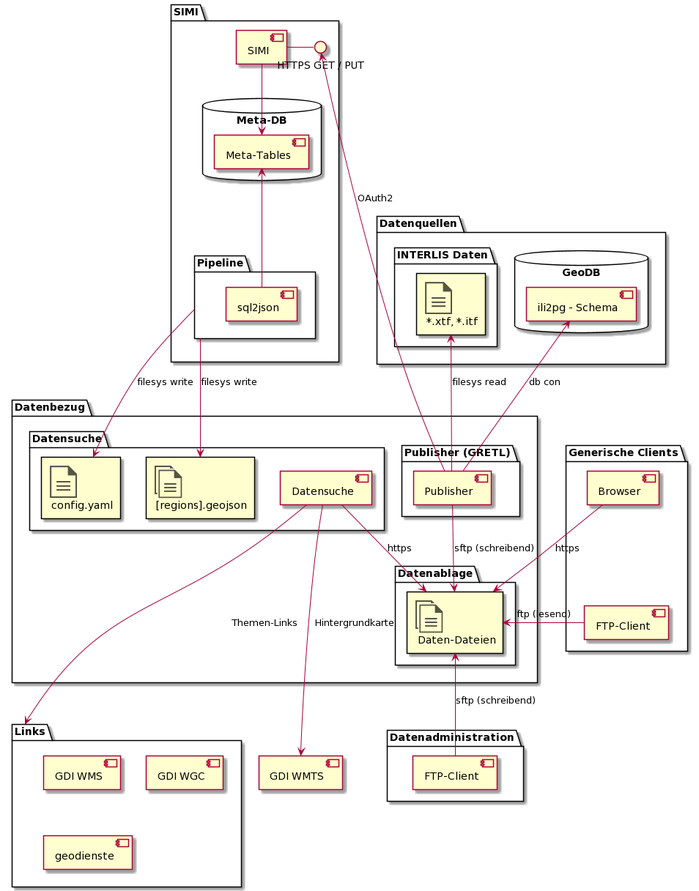
The PlantUML diagram res/uebersicht.png in sogis/p-datenbezug, before a commit. The source it was exported from:
```plantuml
@startuml
!include <tupadr3/common>
!define ICONURL https://raw.githubusercontent.com/Roemer/plantuml-office/master/office2014
!includeurl ICONURL/Concepts/document.puml
!includeurl ICONURL/Concepts/documents.puml


package "Datenquellen"{
    database "GeoDB" {
        [ili2pg - Schema] as db
    }
    folder "INTERLIS Daten" {
        OFF_DOCUMENT(tf, "*.xtf, *.itf")
    }
}

package "SIMI"{

    [SIMI] as simi
    () rest as "HTTPS GET / PUT"
    rest - simi

    database "Meta-DB" {
        [Meta-Tables] as mdb
    }

    package "Pipeline" as pipe {
        [sql2json] as sj
    }

    sj -up-> mdb
    simi --> mdb
}

[GDI WMTS] as wmts

package "Links" as link {
    [GDI WMS] as wms
    [GDI WGC] as wgc
    [geodienste] as ai
}


package "Datenbezug"{
    package "Publisher (GRETL)" {
        [Publisher] as pub
    }

    package "Datenablage"{
        OFF_DOCUMENTS(data, Daten-Dateien)
    }

    package "Datensuche" {
        [Datensuche] as ds
        OFF_DOCUMENT(bconf, config.yaml)
        OFF_DOCUMENTS(regions, [regions].geojson)
    }

    pub --> data : sftp (schreibend)
    ds --> data : https
}

package "Generische Clients"{
    [Browser] as httpc
    [FTP-Client] as ftpc

    httpc -[hidden]-> ftpc
}

package "Datenadministration"{
    [FTP-Client] as ftpadmin
}

pub -up-> db : db con
pub -up-> tf : filesys read
pub -up-> rest : OAuth2

httpc --> data : https
ftpc  -left-> data : ftp (lesend)
ftpadmin  -up-> data : sftp (schreibend)

pipe --> bconf : filesys write
pipe --> regions : filesys write

ds ---> wmts : Hintergrundkarte
ds ---> link : Themen-Links
@enduml
```
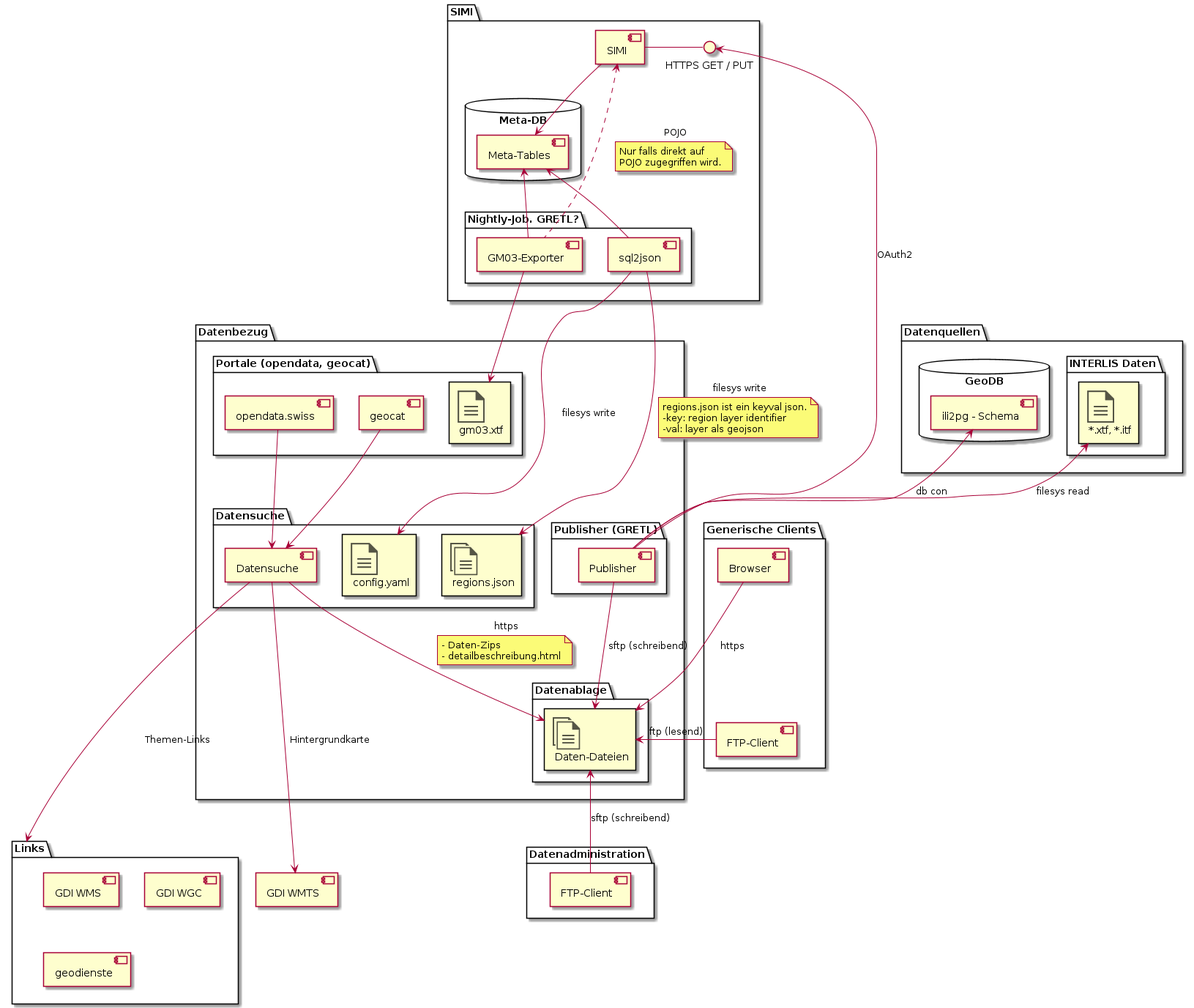
Later version of the same file.

Commit message:
added gm03 export to overview

What changed in the source:
```diff
@@ -24,12 +24,20 @@
         [Meta-Tables] as mdb
     }
 
-    package "Pipeline" as pipe {
+    package "Nightly-Job. GRETL?" as nightly {
         [sql2json] as sj
+        [GM03-Exporter] as mex
     }
 
     sj -up-> mdb
     simi --> mdb
+
+    mex -up-> mdb
+    mex .up.> simi : POJO
+    note on link
+      Nur falls direkt auf
+      POJO zugegriffen wird.
+    end note
 }
 
 [GDI WMTS] as wmts
@@ -42,6 +50,13 @@
 
 
 package "Datenbezug"{
+
+		package "Portale (opendata, geocat)" {
+			OFF_DOCUMENT(gm03, gm03.xtf)
+			[geocat] as gc
+			[opendata.swiss] as od
+		}
+
     package "Publisher (GRETL)" {
         [Publisher] as pub
     }
@@ -53,11 +68,15 @@
     package "Datensuche" {
         [Datensuche] as ds
         OFF_DOCUMENT(bconf, config.yaml)
-        OFF_DOCUMENTS(regions, [regions].geojson)
+        OFF_DOCUMENTS(regions, regions.json)
     }
 
     pub --> data : sftp (schreibend)
     ds --> data : https
+    note on link
+      - Daten-Zips
+      - detailbeschreibung.html
+    end note
 }
 
 package "Generische Clients"{
@@ -79,8 +98,18 @@
 ftpc  -left-> data : ftp (lesend)
 ftpadmin  -up-> data : sftp (schreibend)
 
-pipe --> bconf : filesys write
-pipe --> regions : filesys write
+sj --> bconf : filesys write
+sj --> regions : filesys write
+note on link
+  regions.json ist ein keyval json.
+  -key: region layer identifier
+  -val: layer als geojson
+end note
+
+mex --> gm03
+
+od --> ds
+gc --> ds
 
 ds ---> wmts : Hintergrundkarte
 ds ---> link : Themen-Links
```
